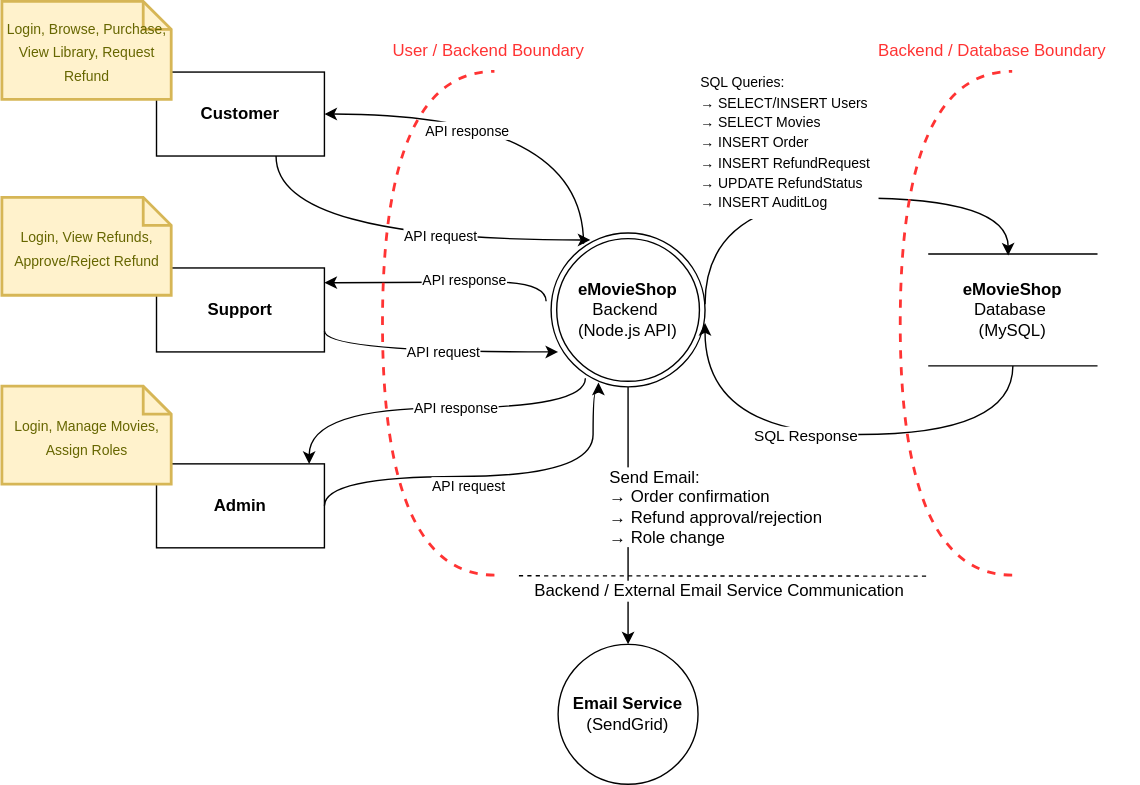
Earlier version of the draw.io export Deliverables/Phase1/ThreatModel/resources/DFD-Level1.svg (mei-desofs/desofs2026-wed_nap_1-1). Source tidied: cells renumbered, new cells last; positions are measured from the earlier drawing's top-left corner, leaving out a move shared by most shapes.
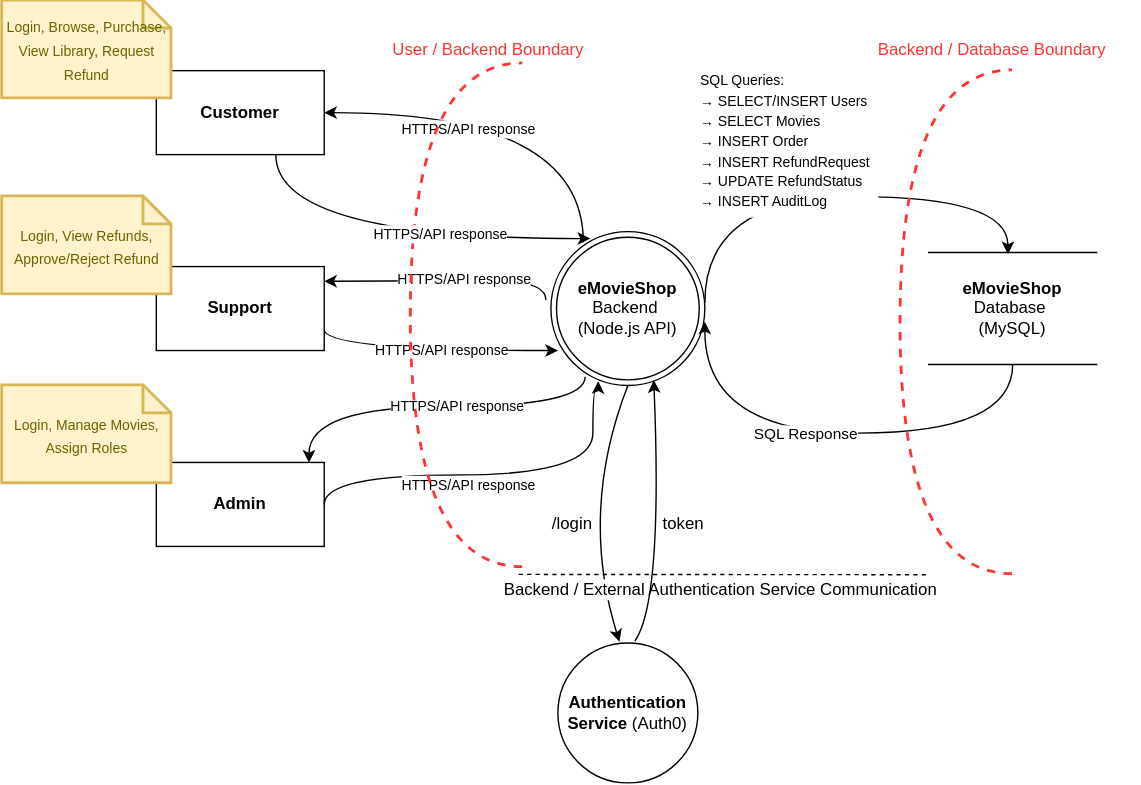
After the change.

Commit message:
Treat model - Determining and Ranking Threats

Diff of the diagram source:
```diff
@@ -28,7 +28,7 @@
         </Array>
       </mxGeometry>
     </mxCell>
-    <mxCell id="8" value="&lt;span style=&quot;font-size: 10px;&quot;&gt;API request&lt;/span&gt;" style="edgeLabel;html=1;align=center;verticalAlign=middle;" parent="7" vertex="1">
+    <mxCell id="8" value="&lt;span style=&quot;font-size: 10px;&quot;&gt;HTTPS/API response&lt;/span&gt;" style="edgeLabel;html=1;align=center;verticalAlign=middle;" parent="7" vertex="1">
       <mxGeometry x="-0.63" y="3" relative="1" as="geometry">
         <mxPoint x="71" y="9" as="offset" />
       </mxGeometry>
@@ -42,7 +42,7 @@
         </Array>
       </mxGeometry>
     </mxCell>
-    <mxCell id="10" value="&lt;span style=&quot;font-size: 10px;&quot;&gt;API response&lt;/span&gt;" style="edgeLabel;html=1;align=center;verticalAlign=middle;" parent="9" vertex="1">
+    <mxCell id="10" value="&lt;span style=&quot;font-size: 10px;&quot;&gt;HTTPS/API response&lt;/span&gt;" style="edgeLabel;html=1;align=center;verticalAlign=middle;" parent="9" vertex="1">
       <mxGeometry x="-0.12" y="-1" relative="1" as="geometry" />
     </mxCell>
     <mxCell id="11" style="endArrow=classic;html=1;fontColor=#FF3333;rounded=0;exitX=1;exitY=0.75;exitDx=0;exitDy=0;edgeStyle=orthogonalEdgeStyle;curved=1;" parent="1" edge="1" source="6">
@@ -53,7 +53,7 @@
         </Array>
       </mxGeometry>
     </mxCell>
-    <mxCell id="12" value="&lt;span style=&quot;font-size: 10px;&quot;&gt;API request&lt;/span&gt;" style="edgeLabel;html=1;align=center;verticalAlign=middle;" parent="11" vertex="1">
+    <mxCell id="12" value="&lt;span style=&quot;font-size: 10px;&quot;&gt;HTTPS/API response&lt;/span&gt;" style="edgeLabel;html=1;align=center;verticalAlign=middle;" parent="11" vertex="1">
       <mxGeometry x="0.09" y="1" relative="1" as="geometry" />
     </mxCell>
     <mxCell id="13" style="endArrow=classic;html=1;fontColor=#FF3333;rounded=0;entryX=1;entryY=0.176;entryDx=0;entryDy=0;entryPerimeter=0;edgeStyle=orthogonalEdgeStyle;curved=1;exitX=0.004;exitY=0.444;exitDx=0;exitDy=0;exitPerimeter=0;" parent="1" edge="1" target="6">
@@ -65,7 +65,7 @@
         </Array>
       </mxGeometry>
     </mxCell>
-    <mxCell id="14" value="&lt;span style=&quot;font-size: 10px;&quot;&gt;API response&lt;/span&gt;" style="edgeLabel;html=1;align=center;verticalAlign=middle;" parent="13" vertex="1">
+    <mxCell id="14" value="&lt;span style=&quot;font-size: 10px;&quot;&gt;HTTPS/API response&lt;/span&gt;" style="edgeLabel;html=1;align=center;verticalAlign=middle;" parent="13" vertex="1">
       <mxGeometry x="-0.15" y="-2" relative="1" as="geometry" />
     </mxCell>
     <mxCell id="15" style="endArrow=classic;html=1;fontColor=#FF3333;rounded=0;exitX=0.247;exitY=0.07;exitDx=0;exitDy=0;exitPerimeter=0;edgeStyle=orthogonalEdgeStyle;curved=1;entryX=1;entryY=0.5;entryDx=0;entryDy=0;" parent="1" edge="1" target="4">
@@ -76,11 +76,11 @@
         </Array>
       </mxGeometry>
     </mxCell>
-    <mxCell id="16" value="&lt;span style=&quot;font-size: 10px;&quot;&gt;API response&lt;/span&gt;" style="edgeLabel;html=1;align=center;verticalAlign=middle;" parent="15" vertex="1">
+    <mxCell id="16" value="&lt;span style=&quot;font-size: 10px;&quot;&gt;HTTPS/API response&lt;/span&gt;" style="edgeLabel;html=1;align=center;verticalAlign=middle;" parent="15" vertex="1">
       <mxGeometry x="0.26" y="11" relative="1" as="geometry" />
     </mxCell>
     <mxCell id="17" style="shape=requiredInterface;html=1;verticalLabelPosition=bottom;dashed=1;strokeColor=#FF3333;strokeWidth=2;fillColor=none;fontColor=#FF3333;align=center;verticalAlign=top;labelPosition=center;rotation=-180;" parent="1" vertex="1">
-      <mxGeometry x="272" y="50" width="80" height="360" as="geometry" />
+      <mxGeometry x="292" y="45" width="80" height="360" as="geometry" />
     </mxCell>
     <mxCell id="18" style="endArrow=classic;html=1;fontColor=#FF3333;rounded=0;exitX=0.986;exitY=0.37;exitDx=0;exitDy=0;exitPerimeter=0;edgeStyle=orthogonalEdgeStyle;curved=1;entryX=0.472;entryY=0.014;entryDx=0;entryDy=0;entryPerimeter=0;" parent="1" edge="1" target="3">
       <mxGeometry relative="1" as="geometry">
@@ -115,7 +115,7 @@
         </Array>
       </mxGeometry>
     </mxCell>
-    <mxCell id="23" value="&lt;span style=&quot;font-size: 10px;&quot;&gt;API request&lt;/span&gt;" style="edgeLabel;html=1;align=center;verticalAlign=middle;" parent="22" vertex="1">
+    <mxCell id="23" value="&lt;span style=&quot;font-size: 10px;&quot;&gt;HTTPS/API response&lt;/span&gt;" style="edgeLabel;html=1;align=center;verticalAlign=middle;" parent="22" vertex="1">
       <mxGeometry x="0.24" y="4" relative="1" as="geometry" />
     </mxCell>
     <mxCell id="24" value="&lt;span style=&quot;color: rgb(255, 51, 51); text-wrap-mode: nowrap;&quot;&gt;User / Backend Boundary&lt;/span&gt;" style="text;html=1;strokeColor=none;fillColor=none;align=center;verticalAlign=middle;whiteSpace=wrap;overflow=hidden;" parent="1" vertex="1">
@@ -136,27 +136,39 @@
     <mxCell id="29" value="&lt;font style=&quot;font-size: 10px;&quot;&gt;SQL Queries:&amp;nbsp;&lt;/font&gt;&lt;div&gt;&lt;font style=&quot;font-size: 10px;&quot;&gt;→ SELECT/INSERT Users&amp;nbsp;&lt;/font&gt;&lt;/div&gt;&lt;div&gt;&lt;font style=&quot;font-size: 10px;&quot;&gt;→ SELECT Movies&lt;/font&gt;&lt;span style=&quot;font-size: 10px; background-color: transparent; color: light-dark(rgb(0, 0, 0), rgb(255, 255, 255));&quot;&gt;&amp;nbsp;&lt;/span&gt;&lt;/div&gt;&lt;div&gt;&lt;font style=&quot;font-size: 10px;&quot;&gt;→ INSERT Order&amp;nbsp;&lt;/font&gt;&lt;/div&gt;&lt;div&gt;&lt;font style=&quot;font-size: 10px;&quot;&gt;→ INSERT RefundRequest&amp;nbsp;&lt;/font&gt;&lt;/div&gt;&lt;div&gt;&lt;font style=&quot;font-size: 10px;&quot;&gt;→ UPDATE RefundStatus&amp;nbsp;&lt;/font&gt;&lt;/div&gt;&lt;div&gt;&lt;font style=&quot;font-size: 10px;&quot;&gt;→ INSERT AuditLog&lt;/font&gt;&lt;/div&gt;" style="text;html=1;strokeColor=none;fillColor=#FFFFFF;align=left;verticalAlign=middle;whiteSpace=wrap;overflow=hidden;fontFamily=Helvetica;fontSize=12;fontColor=default;" parent="1" vertex="1">
       <mxGeometry x="497" y="45" width="129" height="110" as="geometry" />
     </mxCell>
-    <mxCell id="30" value="&lt;p&gt;&lt;b&gt;Email Service&lt;/b&gt; (SendGrid)&lt;/p&gt;" style="ellipse;whiteSpace=wrap;html=1;align=center;verticalAlign=middle;fontFamily=Helvetica;fontSize=12;fontColor=default;fillColor=none;gradientColor=none;" parent="1" vertex="1">
+    <mxCell id="30" value="&lt;p&gt;&lt;b&gt;Authentication Service&lt;/b&gt;&amp;nbsp;&lt;span style=&quot;background-color: transparent; color: light-dark(rgb(0, 0, 0), rgb(255, 255, 255));&quot;&gt;(Auth0)&lt;/span&gt;&lt;/p&gt;" style="ellipse;whiteSpace=wrap;html=1;align=center;verticalAlign=middle;fontFamily=Helvetica;fontSize=12;fontColor=default;fillColor=none;gradientColor=none;" parent="1" vertex="1">
       <mxGeometry x="397" y="459" width="100" height="100" as="geometry" />
     </mxCell>
-    <mxCell id="31" style="endArrow=classic;html=1;fontColor=#FF3333;rounded=0;fontFamily=Helvetica;fontSize=12;exitX=0.5;exitY=1;exitDx=0;exitDy=0;entryX=0.5;entryY=0;entryDx=0;entryDy=0;" parent="1" edge="1" source="2" target="30">
-      <mxGeometry relative="1" as="geometry" />
+    <mxCell id="31" style="endArrow=classic;html=1;fontColor=#FF3333;rounded=0;fontFamily=Helvetica;fontSize=12;entryX=0.44;entryY=-0.009;entryDx=0;entryDy=0;entryPerimeter=0;curved=1;exitX=0.5;exitY=1;exitDx=0;exitDy=0;" parent="1" edge="1" source="2" target="30">
+      <mxGeometry relative="1" as="geometry">
+        <Array as="points">
+          <mxPoint x="412" y="365" />
+        </Array>
+      </mxGeometry>
     </mxCell>
-    <mxCell id="32" value="Send Email: &lt;br&gt;→ Order confirmation &lt;br&gt;→ Refund approval/rejection &lt;br&gt;→ Role change" style="edgeLabel;html=1;align=left;verticalAlign=middle;fontFamily=Helvetica;fontSize=12;fontColor=default;fillColor=none;gradientColor=none;" parent="31" vertex="1">
-      <mxGeometry x="-0.35" y="1" relative="1" as="geometry">
-        <mxPoint x="-16" y="25" as="offset" />
-      </mxGeometry>
-    </mxCell>
     <mxCell id="33" style="endArrow=none;dashed=1;html=1;rounded=0;fontFamily=Helvetica;fontSize=12;fontColor=default;" parent="1" edge="1">
       <mxGeometry relative="1" as="geometry">
         <mxPoint x="369" y="410" as="sourcePoint" />
         <mxPoint x="661" y="410.2" as="targetPoint" />
       </mxGeometry>
     </mxCell>
-    <mxCell id="34" value="Backend / External Email Service Communication" style="edgeLabel;html=1;align=center;verticalAlign=middle;fontFamily=Helvetica;fontSize=12;fontColor=default;fillColor=none;gradientColor=none;" parent="33" vertex="1">
+    <mxCell id="34" value="Backend / External Authentication Service Communication" style="edgeLabel;html=1;align=center;verticalAlign=middle;fontFamily=Helvetica;fontSize=12;fontColor=default;fillColor=none;gradientColor=none;" parent="33" vertex="1">
       <mxGeometry x="-0.17" relative="1" as="geometry">
         <mxPoint x="22" y="10" as="offset" />
       </mxGeometry>
     </mxCell>
+    <mxCell id="35" style="endArrow=classic;html=1;fontColor=#FF3333;rounded=0;fontFamily=Helvetica;fontSize=12;entryX=0.668;entryY=0.965;entryDx=0;entryDy=0;entryPerimeter=0;curved=1;exitX=0.55;exitY=-0.014;exitDx=0;exitDy=0;exitPerimeter=0;" parent="1" edge="1" source="30" target="2">
+      <mxGeometry relative="1" as="geometry">
+        <Array as="points">
+          <mxPoint x="472" y="429" />
+        </Array>
+      </mxGeometry>
+    </mxCell>
+    <mxCell id="36" value="/login" style="text;html=1;whiteSpace=wrap;strokeColor=none;fillColor=none;align=center;verticalAlign=middle;rounded=0;" parent="1" vertex="1">
+      <mxGeometry x="392" y="369" width="31" height="10" as="geometry" />
+    </mxCell>
+    <mxCell id="37" value="token" style="text;html=1;whiteSpace=wrap;strokeColor=none;fillColor=none;align=center;verticalAlign=middle;rounded=0;" parent="1" vertex="1">
+      <mxGeometry x="477" y="369" width="20" height="10" as="geometry" />
+    </mxCell>
   </root>
 </mxGraphModel>
```
